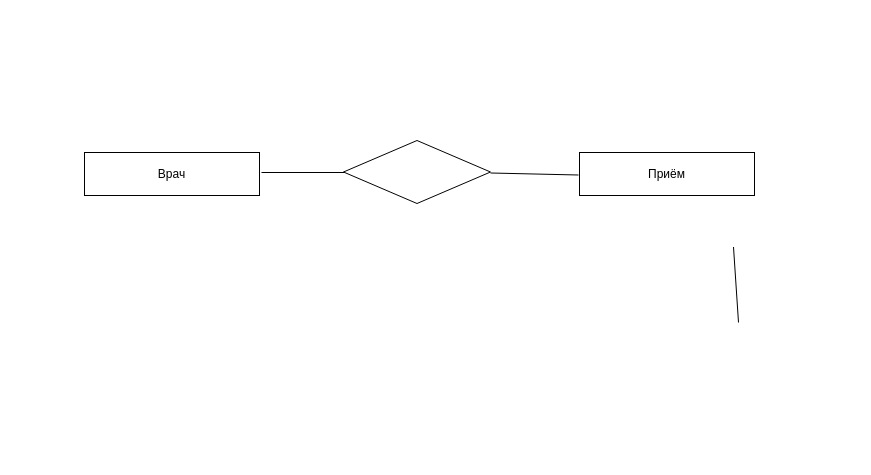
Before: Диаграмма без названия.drawio in ekkosolapova/-, a draw.io diagram. Source tidied: cells renumbered, new cells numbered last; positions are measured from the earlier drawing's top-left corner, leaving out a move shared by most shapes. Both pictures are drawn from the tidied source at 100%, with x=0, y=0 at pixel (84, 140).
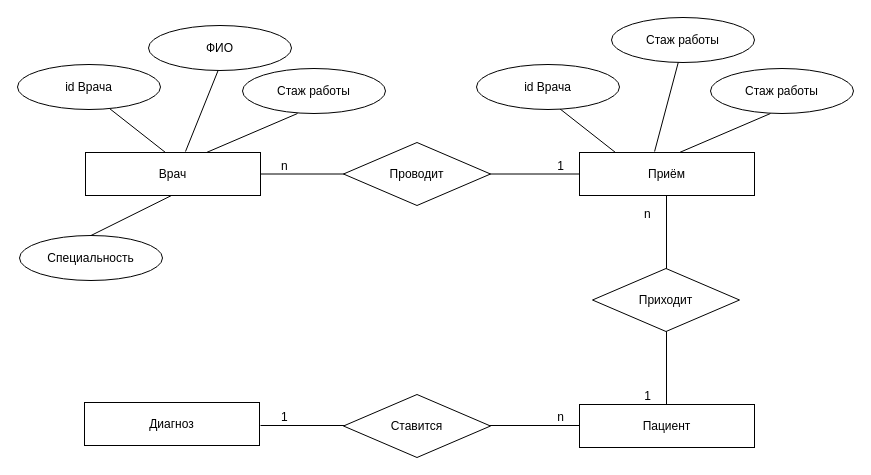
After the change.

What changed in the source:
```diff
@@
     <mxCell id="2" value="Врач" style="rounded=0;whiteSpace=wrap;html=1;" parent="1" vertex="1">
-      <mxGeometry y="12" width="175" height="43" as="geometry" />
+      <mxGeometry x="1" y="12" width="175" height="43" as="geometry" />
     </mxCell>
+    <mxCell id="5" value="Приём" style="rounded=0;whiteSpace=wrap;html=1;" parent="1" vertex="1">
+      <mxGeometry x="495" y="12" width="175" height="43" as="geometry" />
+    </mxCell>
+    <mxCell id="8" value="Пациент" style="rounded=0;whiteSpace=wrap;html=1;" parent="1" vertex="1">
+      <mxGeometry x="495" y="264" width="175" height="43" as="geometry" />
+    </mxCell>
+    <mxCell id="9" value="Диагноз" style="rounded=0;whiteSpace=wrap;html=1;" parent="1" vertex="1">
+      <mxGeometry y="262" width="175" height="43" as="geometry" />
+    </mxCell>
+    <mxCell id="10" style="endArrow=none;html=1;rounded=0;entryX=0;entryY=0.5;entryDx=0;entryDy=0;exitX=1;exitY=0.5;exitDx=0;exitDy=0;" parent="1" edge="1" source="2" target="5">
+      <mxGeometry relative="1" as="geometry" />
+    </mxCell>
+    <mxCell id="11" value="n" style="html=1;whiteSpace=wrap;align=left;verticalAlign=bottom;" parent="10" vertex="1">
+      <mxGeometry x="-1" relative="1" as="geometry">
+        <mxPoint x="19" as="offset" />
+      </mxGeometry>
+    </mxCell>
+    <mxCell id="12" value="1" style="html=1;whiteSpace=wrap;align=right;verticalAlign=bottom;" parent="10" vertex="1">
+      <mxGeometry x="1" relative="1" as="geometry">
+        <mxPoint x="-14" as="offset" />
+      </mxGeometry>
+    </mxCell>
-    <mxCell id="3" style="rhombus;whiteSpace=wrap;html=1;" parent="1" vertex="1">
-      <mxGeometry x="259" width="147" height="63" as="geometry" />
+    <mxCell id="3" value="Проводит" style="rhombus;whiteSpace=wrap;html=1;" parent="1" vertex="1">
+      <mxGeometry x="259" y="2" width="147" height="63" as="geometry" />
     </mxCell>
-    <mxCell id="4" style="endArrow=none;html=1;rounded=0;" parent="1" edge="1">
-      <mxGeometry relative="1" as="geometry">
-        <mxPoint x="177" y="32" as="sourcePoint" />
-        <mxPoint x="260" y="32" as="targetPoint" />
-      </mxGeometry>
-    </mxCell>
-    <mxCell id="5" value="Приём" style="rounded=0;whiteSpace=wrap;html=1;" parent="1" vertex="1">
-      <mxGeometry x="495" y="12" width="175" height="43" as="geometry" />
-    </mxCell>
-    <mxCell id="6" style="endArrow=none;html=1;rounded=0;" parent="1" edge="1">
-      <mxGeometry relative="1" as="geometry">
-        <mxPoint x="406" y="32.5" as="sourcePoint" />
-        <mxPoint x="494" y="34.5" as="targetPoint" />
-      </mxGeometry>
-    </mxCell>
-    <mxCell id="7" style="endArrow=none;html=1;rounded=0;" parent="1" edge="1">
-      <mxGeometry relative="1" as="geometry">
-        <mxPoint x="649" y="106.5" as="sourcePoint" />
-        <mxPoint x="654" y="182" as="targetPoint" />
-      </mxGeometry>
-    </mxCell>
+    <mxCell id="13" style="endArrow=none;html=1;rounded=0;exitX=1;exitY=0.5;exitDx=0;exitDy=0;" parent="1" edge="1">
+      <mxGeometry relative="1" as="geometry">
+        <mxPoint x="582" y="55" as="sourcePoint" />
+        <mxPoint x="582" y="264" as="targetPoint" />
+      </mxGeometry>
+    </mxCell>
+    <mxCell id="14" value="n" style="html=1;whiteSpace=wrap;align=left;verticalAlign=bottom;" parent="13" vertex="1">
+      <mxGeometry x="-1" relative="1" as="geometry">
+        <mxPoint x="-24" y="27" as="offset" />
+      </mxGeometry>
+    </mxCell>
+    <mxCell id="15" value="1" style="html=1;whiteSpace=wrap;align=right;verticalAlign=bottom;" parent="13" vertex="1">
+      <mxGeometry x="1" relative="1" as="geometry">
+        <mxPoint x="-14" as="offset" />
+      </mxGeometry>
+    </mxCell>
+    <mxCell id="16" value="Приходит" style="rhombus;whiteSpace=wrap;html=1;" parent="1" vertex="1">
+      <mxGeometry x="508" y="128" width="147" height="63" as="geometry" />
+    </mxCell>
+    <mxCell id="17" style="endArrow=none;html=1;rounded=0;entryX=0;entryY=0.5;entryDx=0;entryDy=0;exitX=1;exitY=0.5;exitDx=0;exitDy=0;" parent="1" edge="1">
+      <mxGeometry relative="1" as="geometry">
+        <mxPoint x="176" y="285" as="sourcePoint" />
+        <mxPoint x="495" y="285" as="targetPoint" />
+      </mxGeometry>
+    </mxCell>
+    <mxCell id="18" value="1" style="html=1;whiteSpace=wrap;align=left;verticalAlign=bottom;" parent="17" vertex="1">
+      <mxGeometry x="-1" relative="1" as="geometry">
+        <mxPoint x="19" as="offset" />
+      </mxGeometry>
+    </mxCell>
+    <mxCell id="19" value="n" style="html=1;whiteSpace=wrap;align=right;verticalAlign=bottom;" parent="17" vertex="1">
+      <mxGeometry x="1" relative="1" as="geometry">
+        <mxPoint x="-14" as="offset" />
+      </mxGeometry>
+    </mxCell>
+    <mxCell id="20" value="Ставится" style="rhombus;whiteSpace=wrap;html=1;" parent="1" vertex="1">
+      <mxGeometry x="259" y="254" width="147" height="63" as="geometry" />
+    </mxCell>
+    <mxCell id="21" style="endArrow=none;html=1;rounded=0;exitX=0.429;exitY=-0.023;exitDx=0;exitDy=0;exitPerimeter=0;" parent="1" edge="1" source="5">
+      <mxGeometry relative="1" as="geometry">
+        <mxPoint x="594" y="-79" as="targetPoint" />
+      </mxGeometry>
+    </mxCell>
+    <mxCell id="22" style="endArrow=none;html=1;rounded=0;exitX=0.4;exitY=0.023;exitDx=0;exitDy=0;exitPerimeter=0;" parent="1" edge="1">
+      <mxGeometry relative="1" as="geometry">
+        <mxPoint x="81" y="12" as="sourcePoint" />
+        <mxPoint x="25" y="-32" as="targetPoint" />
+      </mxGeometry>
+    </mxCell>
+    <mxCell id="23" value="id Врача" style="ellipse;whiteSpace=wrap;html=1;" parent="1" vertex="1">
+      <mxGeometry x="-67" y="-76" width="143" height="45" as="geometry" />
+    </mxCell>
+    <mxCell id="24" style="endArrow=none;html=1;rounded=0;entryX=0.622;entryY=1;entryDx=0;entryDy=0;entryPerimeter=0;" parent="1" edge="1">
+      <mxGeometry relative="1" as="geometry">
+        <mxPoint x="101" y="11" as="sourcePoint" />
+        <mxPoint x="134.4" y="-72" as="targetPoint" />
+      </mxGeometry>
+    </mxCell>
+    <mxCell id="25" value="ФИО" style="ellipse;whiteSpace=wrap;html=1;" parent="1" vertex="1">
+      <mxGeometry x="64" y="-115" width="143" height="45" as="geometry" />
+    </mxCell>
+    <mxCell id="26" style="endArrow=none;html=1;rounded=0;" parent="1" edge="1">
+      <mxGeometry relative="1" as="geometry">
+        <mxPoint x="213" y="-27" as="sourcePoint" />
+        <mxPoint x="122" y="12" as="targetPoint" />
+      </mxGeometry>
+    </mxCell>
+    <mxCell id="27" value="Стаж работы" style="ellipse;whiteSpace=wrap;html=1;" parent="1" vertex="1">
+      <mxGeometry x="158" y="-72" width="143" height="45" as="geometry" />
+    </mxCell>
+    <mxCell id="28" value="Специальность" style="ellipse;whiteSpace=wrap;html=1;" parent="1" vertex="1">
+      <mxGeometry x="-65" y="95" width="143" height="45" as="geometry" />
+    </mxCell>
+    <mxCell id="29" style="endArrow=none;html=1;rounded=0;entryX=0.5;entryY=0;entryDx=0;entryDy=0;" parent="1" edge="1" target="28">
+      <mxGeometry relative="1" as="geometry">
+        <mxPoint x="87" y="55" as="sourcePoint" />
+      </mxGeometry>
+    </mxCell>
+    <mxCell id="30" style="endArrow=none;html=1;rounded=0;exitX=0.4;exitY=0.023;exitDx=0;exitDy=0;exitPerimeter=0;" parent="1" edge="1">
+      <mxGeometry relative="1" as="geometry">
+        <mxPoint x="531" y="12" as="sourcePoint" />
+        <mxPoint x="475" y="-32" as="targetPoint" />
+      </mxGeometry>
+    </mxCell>
+    <mxCell id="31" value="id Врача" style="ellipse;whiteSpace=wrap;html=1;" parent="1" vertex="1">
+      <mxGeometry x="392" y="-76" width="143" height="45" as="geometry" />
+    </mxCell>
+    <mxCell id="32" value="Стаж работы" style="ellipse;whiteSpace=wrap;html=1;" parent="1" vertex="1">
+      <mxGeometry x="527" y="-123" width="143" height="45" as="geometry" />
+    </mxCell>
+    <mxCell id="33" style="endArrow=none;html=1;rounded=0;" parent="1" edge="1">
+      <mxGeometry relative="1" as="geometry">
+        <mxPoint x="686" y="-27" as="sourcePoint" />
+        <mxPoint x="595" y="12" as="targetPoint" />
+      </mxGeometry>
+    </mxCell>
+    <mxCell id="34" value="Стаж работы" style="ellipse;whiteSpace=wrap;html=1;" parent="1" vertex="1">
+      <mxGeometry x="626" y="-72" width="143" height="45" as="geometry" />
+    </mxCell>
```
